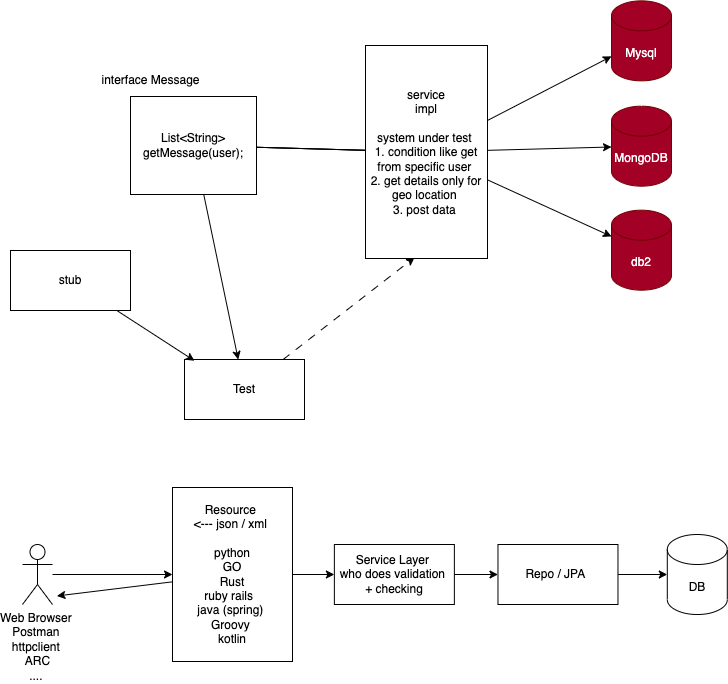
The draw.io diagram images/day2.drawio.png in adithnaveen/ibm-api-testing-jun-2023, before a commit. Source tidied: cells renumbered, new cells last; positions are measured from the earlier drawing's top-left corner, leaving out a move shared by most shapes.
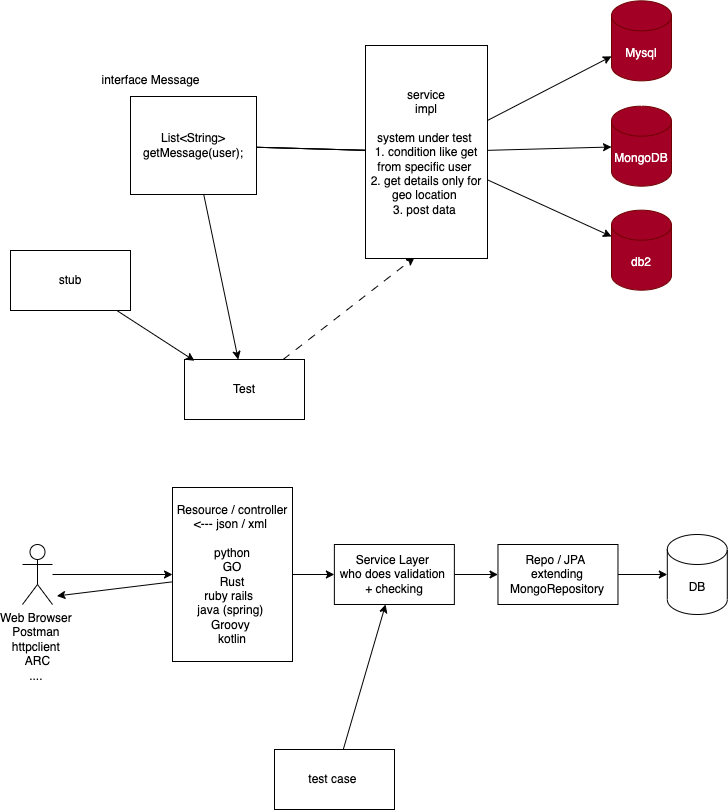
After the commit.

Commit message:
mokcito with spring boot

Diff of the diagram source:
```diff
@@ -67,7 +67,7 @@
         <mxPoint x="46.4" y="595.5" as="targetPoint" />
       </mxGeometry>
     </mxCell>
-    <mxCell id="23" value="Resource&amp;nbsp;&lt;br&gt;&amp;lt;--- json / xml&amp;nbsp;&lt;br&gt;&lt;br&gt;python&lt;br&gt;GO&lt;br&gt;Rust&lt;br&gt;ruby rails&amp;nbsp;&amp;nbsp;&lt;br&gt;java (spring)&amp;nbsp;&lt;br&gt;Groovy&amp;nbsp;&lt;br&gt;kotlin" style="rounded=0;whiteSpace=wrap;html=1;" parent="1" vertex="1">
+    <mxCell id="23" value="Resource / controller&lt;br&gt;&amp;lt;--- json / xml&amp;nbsp;&lt;br&gt;&lt;br&gt;python&lt;br&gt;GO&lt;br&gt;Rust&lt;br&gt;ruby rails&amp;nbsp;&amp;nbsp;&lt;br&gt;java (spring)&amp;nbsp;&lt;br&gt;Groovy&amp;nbsp;&lt;br&gt;kotlin" style="rounded=0;whiteSpace=wrap;html=1;" parent="1" vertex="1">
       <mxGeometry x="162" y="487" width="120" height="174" as="geometry" />
     </mxCell>
     <mxCell id="24" style="edgeStyle=none;html=1;" parent="1" edge="1" source="25" target="27">
@@ -79,11 +79,17 @@
     <mxCell id="26" style="edgeStyle=none;html=1;" parent="1" edge="1" source="27" target="28">
       <mxGeometry relative="1" as="geometry" />
     </mxCell>
-    <mxCell id="27" value="Repo / JPA&amp;nbsp;" style="rounded=0;whiteSpace=wrap;html=1;" parent="1" vertex="1">
+    <mxCell id="27" value="Repo / JPA&amp;nbsp;&lt;br&gt;extending MongoRepository" style="rounded=0;whiteSpace=wrap;html=1;" parent="1" vertex="1">
       <mxGeometry x="487.5" y="544" width="120" height="60" as="geometry" />
     </mxCell>
     <mxCell id="28" value="DB" style="shape=cylinder3;whiteSpace=wrap;html=1;boundedLbl=1;backgroundOutline=1;size=15;" parent="1" vertex="1">
       <mxGeometry x="656.8" y="534" width="60" height="80" as="geometry" />
     </mxCell>
+    <mxCell id="29" style="edgeStyle=none;html=1;" parent="1" edge="1" source="30" target="25">
+      <mxGeometry relative="1" as="geometry" />
+    </mxCell>
+    <mxCell id="30" value="test case&amp;nbsp;" style="rounded=0;whiteSpace=wrap;html=1;" parent="1" vertex="1">
+      <mxGeometry x="264" y="749" width="120" height="60" as="geometry" />
+    </mxCell>
   </root>
 </mxGraphModel>
```
